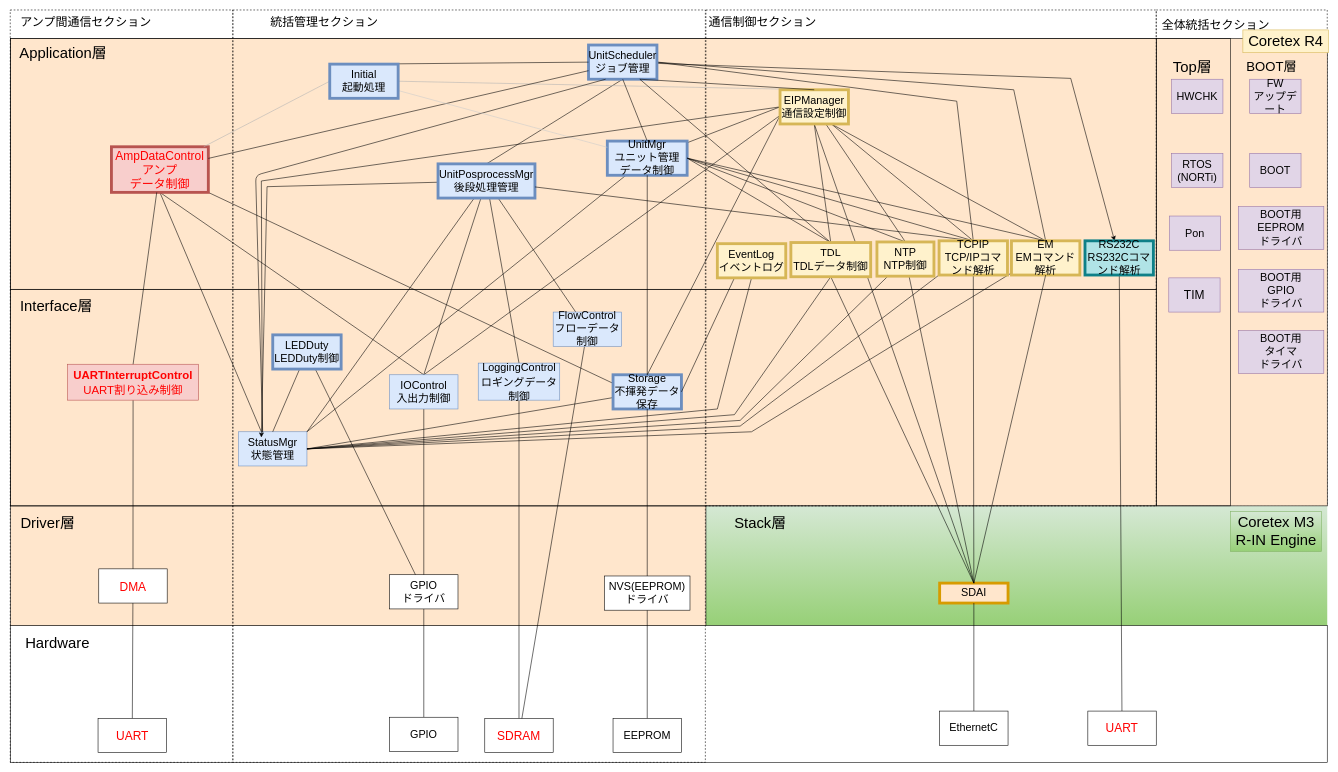
YutaSuzukiGARI/nwunit keeps this draw.io diagram as page "RevH_NewスマNWU静的構造" (1 of 5) of NWユニット_アーキテクチャ図.drawio. Above is the earlier version. Source tidied: cells renumbered, new cells numbered last; positions are measured from the earlier drawing's top-left corner, leaving out a move shared by most shapes. Both pictures are drawn from the tidied source at 57%, with x=0, y=0 at pixel (10, 10).
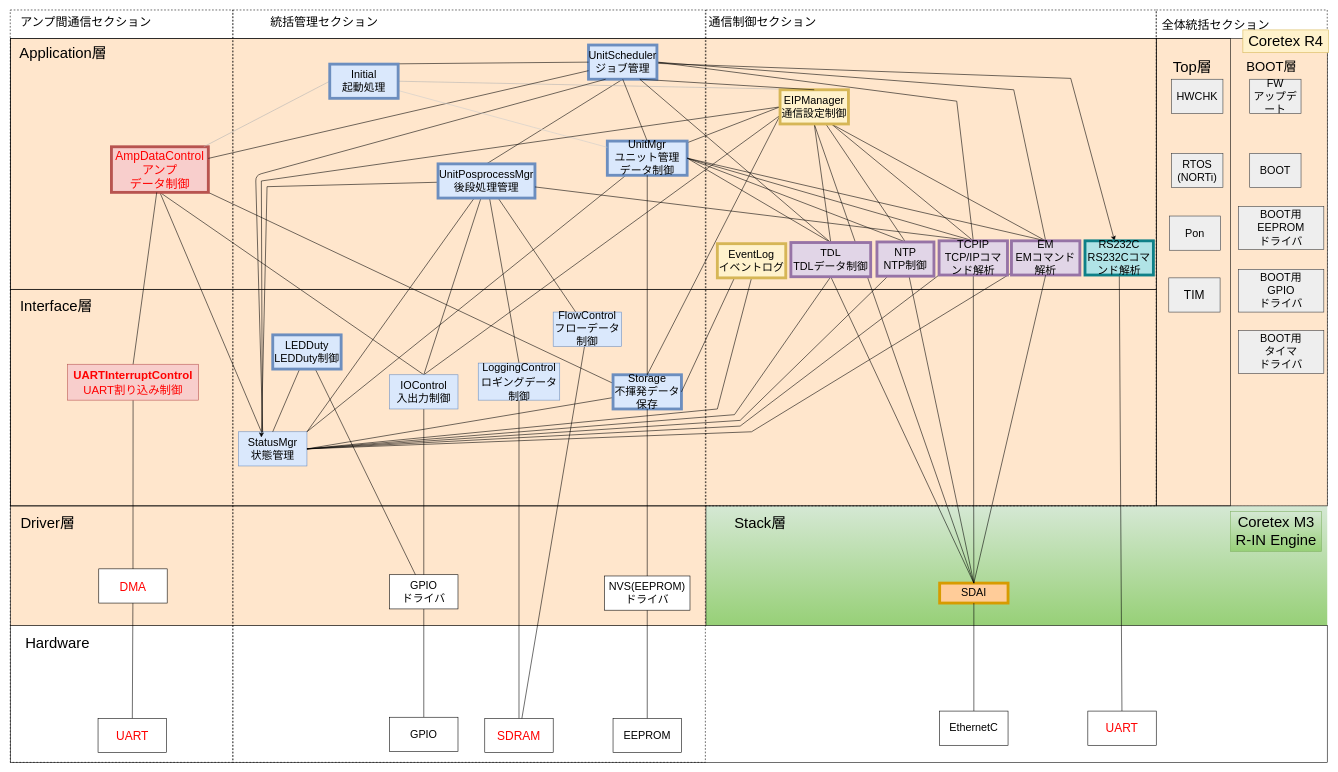
Above is the later version.

Commit message:
NWユニット_アーキテクチャ図.drawio を更新します

The edit, as a diff of the source:
```diff
@@
-    <mxCell id="26" value="EM&lt;br style=&quot;font-size: 19px;&quot;&gt;EMコマンド解析" style="rounded=0;whiteSpace=wrap;html=1;fillColor=#fff2cc;strokeColor=#d6b656;fontSize=19;strokeWidth=5;fontColor=default;" parent="1" vertex="1">
+    <mxCell id="26" value="EM&lt;br style=&quot;font-size: 19px;&quot;&gt;EMコマンド解析" style="rounded=0;whiteSpace=wrap;html=1;fillColor=#e1d5e7;strokeColor=#9673a6;fontSize=19;strokeWidth=5;align=center;verticalAlign=middle;fontFamily=Helvetica;" parent="1" vertex="1">
       <mxGeometry x="1756" y="405" width="120" height="60" as="geometry" />
     </mxCell>
-    <mxCell id="27" value="SDAI" style="rounded=0;whiteSpace=wrap;html=1;fillColor=#ffe6cc;strokeColor=#d79b00;fontSize=19;fontColor=default;strokeWidth=5;" parent="1" vertex="1">
+    <mxCell id="27" value="SDAI" style="rounded=0;whiteSpace=wrap;html=1;fillColor=#FFCC99;strokeColor=#d79b00;fontSize=19;fontColor=default;strokeWidth=5;" parent="1" vertex="1">
       <mxGeometry x="1630" y="1005.5" width="120" height="35" as="geometry" />
     </mxCell>
@@
-    <mxCell id="39" value="RTOS&lt;br style=&quot;font-size: 19px;&quot;&gt;(NORTi)" style="rounded=0;whiteSpace=wrap;html=1;fillColor=#e1d5e7;strokeColor=#9673a6;fontSize=19;" parent="1" vertex="1">
+    <mxCell id="39" value="RTOS&lt;br style=&quot;font-size: 19px;&quot;&gt;(NORTi)" style="rounded=0;whiteSpace=wrap;html=1;fillColor=#eeeeee;strokeColor=#36393d;fontSize=19;" parent="1" vertex="1">
       <mxGeometry x="2037" y="251.5" width="90" height="60" as="geometry" />
     </mxCell>
@@
-    <mxCell id="68" value="HWCHK" style="rounded=0;whiteSpace=wrap;html=1;fillColor=#e1d5e7;strokeColor=#9673a6;fontSize=19;" parent="1" vertex="1">
+    <mxCell id="68" value="HWCHK" style="rounded=0;whiteSpace=wrap;html=1;fillColor=#eeeeee;strokeColor=#36393d;fontSize=19;" parent="1" vertex="1">
       <mxGeometry x="2037" y="121.5" width="90" height="60" as="geometry" />
     </mxCell>
@@
-    <mxCell id="70" value="FW&lt;br style=&quot;font-size: 19px;&quot;&gt;アップデート" style="rounded=0;whiteSpace=wrap;html=1;fillColor=#e1d5e7;strokeColor=#9673a6;fontSize=19;fontColor=default;" parent="1" vertex="1">
+    <mxCell id="70" value="FW&lt;br style=&quot;font-size: 19px;&quot;&gt;アップデート" style="rounded=0;whiteSpace=wrap;html=1;fillColor=#eeeeee;strokeColor=#36393d;fontSize=19;" parent="1" vertex="1">
       <mxGeometry x="2174" y="121.5" width="90" height="60" as="geometry" />
     </mxCell>
-    <mxCell id="71" value="BOOT" style="rounded=0;whiteSpace=wrap;html=1;fillColor=#e1d5e7;strokeColor=#9673a6;fontSize=19;fontColor=default;" parent="1" vertex="1">
+    <mxCell id="71" value="BOOT" style="rounded=0;whiteSpace=wrap;html=1;fillColor=#eeeeee;strokeColor=#36393d;fontSize=19;" parent="1" vertex="1">
       <mxGeometry x="2174" y="251.5" width="90" height="60" as="geometry" />
     </mxCell>
@@
-    <mxCell id="90" value="Pon" style="rounded=0;whiteSpace=wrap;html=1;fillColor=#e1d5e7;strokeColor=#9673a6;fontSize=19;" parent="1" vertex="1">
+    <mxCell id="90" value="Pon" style="rounded=0;whiteSpace=wrap;html=1;fillColor=#eeeeee;strokeColor=#36393d;fontSize=19;" parent="1" vertex="1">
       <mxGeometry x="2033" y="361.5" width="90" height="60" as="geometry" />
     </mxCell>
@@
-    <mxCell id="99" value="TDL&lt;br style=&quot;font-size: 19px;&quot;&gt;TDLデータ制御" style="rounded=0;whiteSpace=wrap;html=1;fillColor=#fff2cc;strokeColor=#d6b656;fontSize=19;strokeWidth=5;fontColor=default;" parent="1" vertex="1">
+    <mxCell id="99" value="TDL&lt;br style=&quot;font-size: 19px;&quot;&gt;TDLデータ制御" style="rounded=0;whiteSpace=wrap;html=1;fillColor=#e1d5e7;strokeColor=#9673a6;fontSize=19;strokeWidth=5;align=center;verticalAlign=middle;fontFamily=Helvetica;" parent="1" vertex="1">
       <mxGeometry x="1369" y="408" width="140" height="60" as="geometry" />
     </mxCell>
@@
-    <mxCell id="106" value="&lt;font style=&quot;font-size: 19px;&quot;&gt;TCPIP&lt;br style=&quot;font-size: 19px;&quot;&gt;TCP/IPコマンド解析&lt;/font&gt;" style="rounded=0;whiteSpace=wrap;html=1;fillColor=#fff2cc;strokeColor=#d6b656;fontSize=19;strokeWidth=5;fontColor=default;" parent="1" vertex="1">
+    <mxCell id="106" value="&lt;font style=&quot;font-size: 19px;&quot;&gt;TCPIP&lt;br style=&quot;font-size: 19px;&quot;&gt;TCP/IPコマンド解析&lt;/font&gt;" style="rounded=0;whiteSpace=wrap;html=1;fillColor=#e1d5e7;strokeColor=#9673a6;fontSize=19;strokeWidth=5;align=center;verticalAlign=middle;fontFamily=Helvetica;" parent="1" vertex="1">
       <mxGeometry x="1629" y="405" width="120" height="60" as="geometry" />
     </mxCell>
@@
-    <mxCell id="112" value="TIM" style="rounded=0;whiteSpace=wrap;html=1;fontSize=21;fillColor=#e1d5e7;strokeColor=#9673a6;" parent="1" vertex="1">
+    <mxCell id="112" value="TIM" style="rounded=0;whiteSpace=wrap;html=1;fontSize=21;fillColor=#eeeeee;strokeColor=#36393d;" parent="1" vertex="1">
       <mxGeometry x="2032" y="470" width="90" height="60" as="geometry" />
     </mxCell>
@@
-    <mxCell id="120" value="NTP&lt;br&gt;NTP制御" style="rounded=0;whiteSpace=wrap;html=1;fillColor=#fff2cc;strokeColor=#d6b656;fontSize=19;strokeWidth=5;fontColor=default;" parent="1" vertex="1">
+    <mxCell id="120" value="NTP&lt;br&gt;NTP制御" style="rounded=0;whiteSpace=wrap;html=1;fillColor=#e1d5e7;strokeColor=#9673a6;fontSize=19;strokeWidth=5;align=center;verticalAlign=middle;fontFamily=Helvetica;" parent="1" vertex="1">
       <mxGeometry x="1520" y="407" width="100" height="60" as="geometry" />
     </mxCell>
-    <mxCell id="121" value="BOOT用EEPROM&lt;br style=&quot;font-size: 19px;&quot;&gt;ドライバ" style="rounded=0;whiteSpace=wrap;html=1;fontSize=19;fillColor=#e1d5e7;strokeColor=#9673a6;" parent="1" vertex="1">
+    <mxCell id="121" value="BOOT用EEPROM&lt;br style=&quot;font-size: 19px;&quot;&gt;ドライバ" style="rounded=0;whiteSpace=wrap;html=1;fontSize=19;fillColor=#eeeeee;strokeColor=#36393d;" parent="1" vertex="1">
       <mxGeometry x="2154" y="345" width="150" height="75" as="geometry" />
     </mxCell>
-    <mxCell id="122" value="BOOT用&lt;br&gt;GPIO&lt;br style=&quot;font-size: 19px;&quot;&gt;ドライバ" style="rounded=0;whiteSpace=wrap;html=1;fontSize=19;fillColor=#e1d5e7;strokeColor=#9673a6;" parent="1" vertex="1">
+    <mxCell id="122" value="BOOT用&lt;br&gt;GPIO&lt;br style=&quot;font-size: 19px;&quot;&gt;ドライバ" style="rounded=0;whiteSpace=wrap;html=1;fontSize=19;fillColor=#eeeeee;strokeColor=#36393d;" parent="1" vertex="1">
       <mxGeometry x="2154" y="455" width="150" height="75" as="geometry" />
     </mxCell>
-    <mxCell id="123" value="BOOT用&lt;br&gt;タイマ&lt;br style=&quot;font-size: 19px;&quot;&gt;ドライバ" style="rounded=0;whiteSpace=wrap;html=1;fontSize=19;fillColor=#e1d5e7;strokeColor=#9673a6;" parent="1" vertex="1">
+    <mxCell id="123" value="BOOT用&lt;br&gt;タイマ&lt;br style=&quot;font-size: 19px;&quot;&gt;ドライバ" style="rounded=0;whiteSpace=wrap;html=1;fontSize=19;fillColor=#eeeeee;strokeColor=#36393d;" parent="1" vertex="1">
       <mxGeometry x="2154" y="562.5" width="150" height="75" as="geometry" />
     </mxCell>
```
